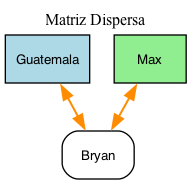
Before: cmake-build-debug/matriz.png, a diagram exported from Graphviz (bryan-ignacio/projecto_activos). Its source is kept beside it as cmake-build-debug/matriz.dot.
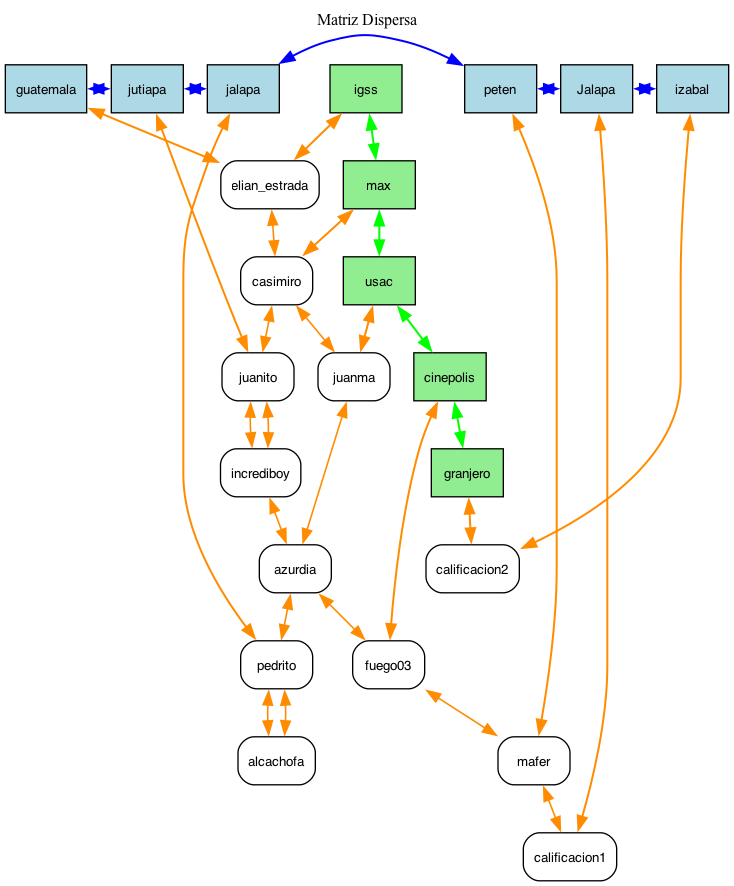
The same diagram one commit later.

Diff of the diagram source:
```diff
@@ -3,9 +3,55 @@
 graph[fontsize=12, labelloc=t, label="Matriz Dispersa", fontcolor=black];
 node[shape=box, style=filled, fontname="Helvetica", fontsize=10];
 edge[penwidth=1.2, color=gray];
-{ rank=same; H_Guatemala[label="Guatemala", fillcolor=lightblue, fontcolor=black]; }
-V_Max[label="Max", fillcolor=lightgreen, fontcolor=black];
-N_Bryan[label="Bryan", fillcolor=white, fontcolor=black, style="rounded,filled"];
-H_Guatemala -> N_Bryan [dir=both, color=darkorange, penwidth=1.5];
-V_Max -> N_Bryan [dir=both, color=darkorange, penwidth=1.5];
+{ rank=same; H_guatemala[label="guatemala", fillcolor=lightblue, fontcolor=black]; H_jutiapa[label="jutiapa", fillcolor=lightblue, fontcolor=black]; H_jalapa[label="jalapa", fillcolor=lightblue, fontcolor=black]; H_peten[label="peten", fillcolor=lightblue, fontcolor=black]; H_Jalapa[label="Jalapa", fillcolor=lightblue, fontcolor=black]; H_izabal[label="izabal", fillcolor=lightblue, fontcolor=black]; }
+V_igss[label="igss", fillcolor=lightgreen, fontcolor=black];
+V_max[label="max", fillcolor=lightgreen, fontcolor=black];
+V_usac[label="usac", fillcolor=lightgreen, fontcolor=black];
+V_cinepolis[label="cinepolis", fillcolor=lightgreen, fontcolor=black];
+V_granjero[label="granjero", fillcolor=lightgreen, fontcolor=black];
+N_elian_estrada[label="elian_estrada", fillcolor=white, fontcolor=black, style="rounded,filled"];
+N_casimiro[label="casimiro", fillcolor=white, fontcolor=black, style="rounded,filled"];
+N_juanma[label="juanma", fillcolor=white, fontcolor=black, style="rounded,filled"];
+N_juanito[label="juanito", fillcolor=white, fontcolor=black, style="rounded,filled"];
+N_incrediboy[label="incrediboy", fillcolor=white, fontcolor=black, style="rounded,filled"];
+N_azurdia[label="azurdia", fillcolor=white, fontcolor=black, style="rounded,filled"];
+N_fuego03[label="fuego03", fillcolor=white, fontcolor=black, style="rounded,filled"];
+N_pedrito[label="pedrito", fillcolor=white, fontcolor=black, style="rounded,filled"];
+N_alcachofa[label="alcachofa", fillcolor=white, fontcolor=black, style="rounded,filled"];
+N_mafer[label="mafer", fillcolor=white, fontcolor=black, style="rounded,filled"];
+N_calificacion1[label="calificacion1", fillcolor=white, fontcolor=black, style="rounded,filled"];
+N_calificacion2[label="calificacion2", fillcolor=white, fontcolor=black, style="rounded,filled"];
+H_guatemala -> H_jutiapa [dir=both, color=blue, penwidth=1.5];
+H_guatemala -> N_elian_estrada [dir=both, color=darkorange, penwidth=1.5];
+N_elian_estrada -> N_casimiro [dir=both, color=darkorange, penwidth=1.2];
+N_casimiro -> N_juanma [dir=both, color=darkorange, penwidth=1.2];
+H_jutiapa -> H_jalapa [dir=both, color=blue, penwidth=1.5];
+H_jutiapa -> N_juanito [dir=both, color=darkorange, penwidth=1.5];
+N_juanito -> N_incrediboy [dir=both, color=darkorange, penwidth=1.2];
+N_incrediboy -> N_azurdia [dir=both, color=darkorange, penwidth=1.2];
+N_azurdia -> N_fuego03 [dir=both, color=darkorange, penwidth=1.2];
+H_jalapa -> H_peten [dir=both, color=blue, penwidth=1.5];
+H_jalapa -> N_pedrito [dir=both, color=darkorange, penwidth=1.5];
+N_pedrito -> N_alcachofa [dir=both, color=darkorange, penwidth=1.2];
+H_peten -> H_Jalapa [dir=both, color=blue, penwidth=1.5];
+H_peten -> N_mafer [dir=both, color=darkorange, penwidth=1.5];
+H_Jalapa -> H_izabal [dir=both, color=blue, penwidth=1.5];
+H_Jalapa -> N_calificacion1 [dir=both, color=darkorange, penwidth=1.5];
+H_izabal -> N_calificacion2 [dir=both, color=darkorange, penwidth=1.5];
+V_igss -> V_max [dir=both, color=green, penwidth=1.5];
+V_igss -> N_elian_estrada [dir=both, color=darkorange, penwidth=1.5];
+V_max -> V_usac [dir=both, color=green, penwidth=1.5];
+V_max -> N_casimiro [dir=both, color=darkorange, penwidth=1.5];
+N_casimiro -> N_juanito [dir=both, color=darkorange, penwidth=1.2];
+N_juanito -> N_incrediboy [dir=both, color=darkorange, penwidth=1.2];
+V_usac -> V_cinepolis [dir=both, color=green, penwidth=1.5];
+V_usac -> N_juanma [dir=both, color=darkorange, penwidth=1.5];
+N_juanma -> N_azurdia [dir=both, color=darkorange, penwidth=1.2];
+N_azurdia -> N_pedrito [dir=both, color=darkorange, penwidth=1.2];
+N_pedrito -> N_alcachofa [dir=both, color=darkorange, penwidth=1.2];
+V_cinepolis -> V_granjero [dir=both, color=green, penwidth=1.5];
+V_cinepolis -> N_fuego03 [dir=both, color=darkorange, penwidth=1.5];
+N_fuego03 -> N_mafer [dir=both, color=darkorange, penwidth=1.2];
+N_mafer -> N_calificacion1 [dir=both, color=darkorange, penwidth=1.2];
+V_granjero -> N_calificacion2 [dir=both, color=darkorange, penwidth=1.5];
 }
```
